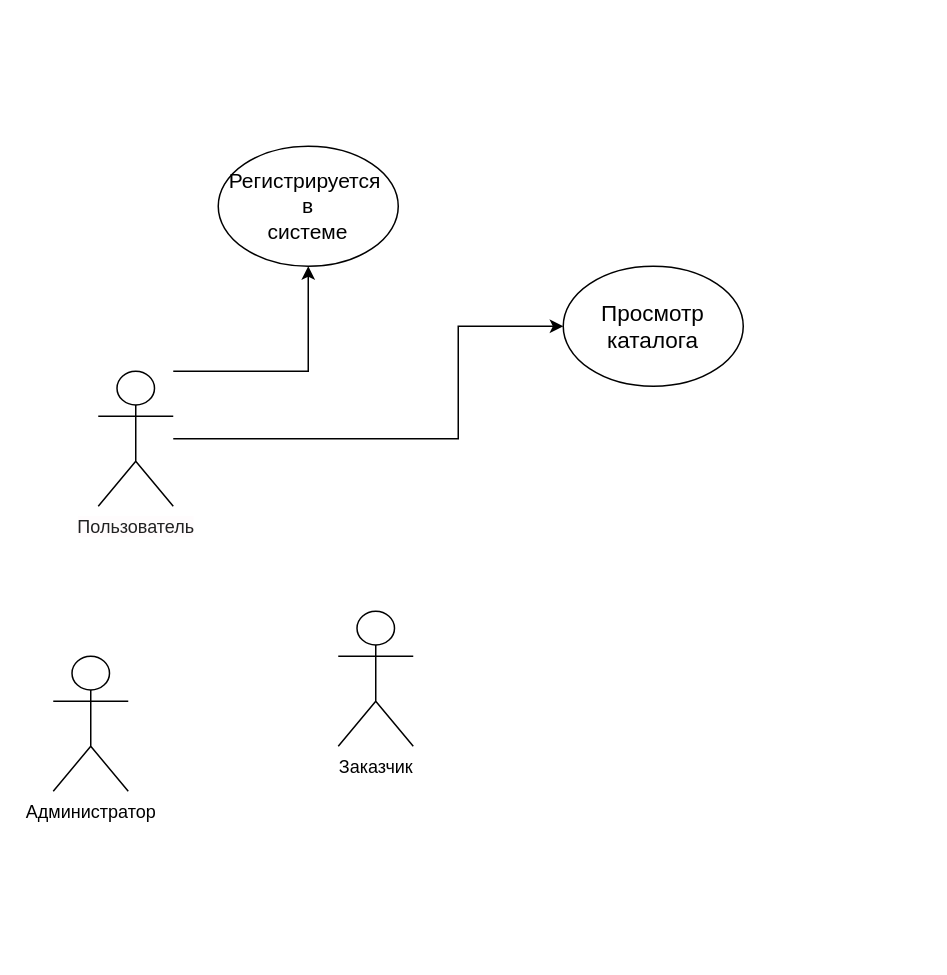
NataliaDemyanova/Best-prices keeps this draw.io diagram as Untitled Diagram.drawio. Above is the earlier version. Source tidied: cells renumbered, new cells numbered last; positions are measured from the earlier drawing's top-left corner, leaving out a move shared by most shapes. Both pictures are drawn from the tidied source at 150%, with x=0, y=0 at pixel (52, 146).
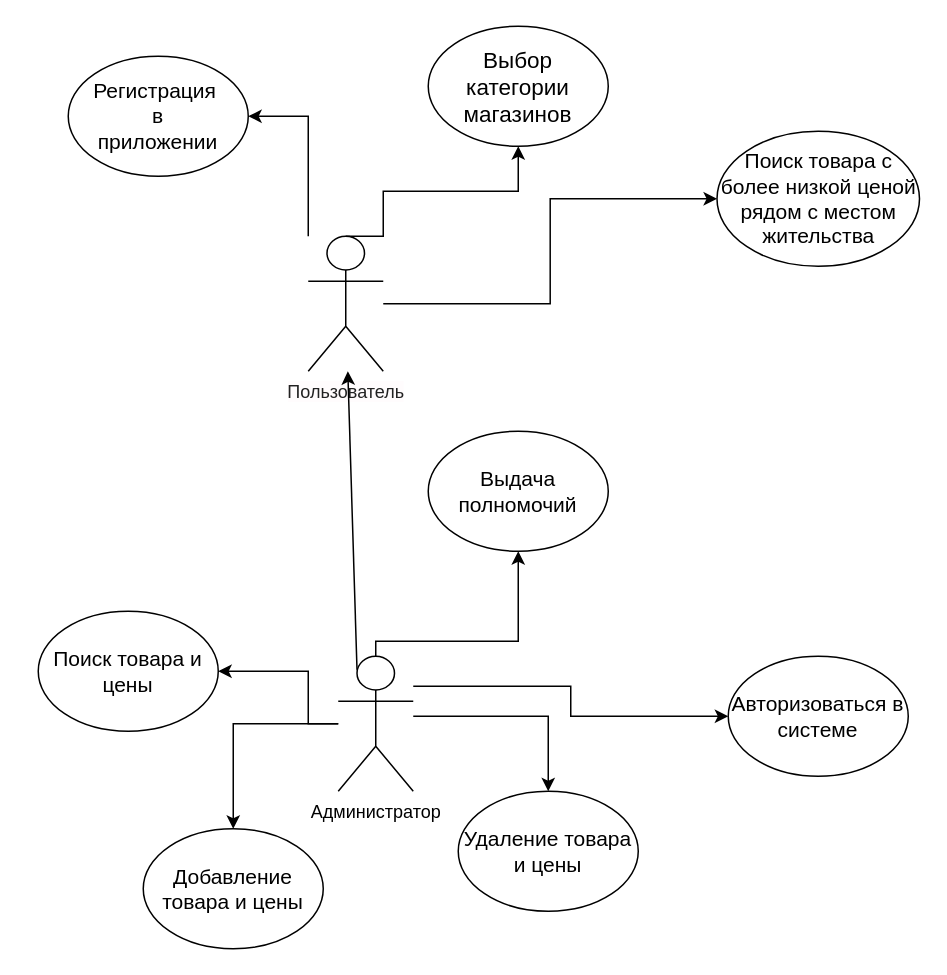
Above is the later version.

What changed in the source:
```diff
@@
-    <mxCell id="3" style="edgeStyle=orthogonalEdgeStyle;rounded=0;jettySize=auto;html=1;fontSize=14;" parent="1" edge="1" source="4" target="8">
+    <mxCell id="3" style="edgeStyle=orthogonalEdgeStyle;rounded=0;jettySize=auto;html=1;fontSize=14;exitX=0.5;exitY=0;exitDx=0;exitDy=0;exitPerimeter=0;" parent="1" edge="1" source="4" target="8">
       <mxGeometry relative="1" as="geometry">
         <Array as="points">
-          <mxPoint x="270" y="195" />
-          <mxPoint x="270" y="120" />
+          <mxPoint x="220" y="60" />
+          <mxPoint x="220" y="30" />
+          <mxPoint x="310" y="30" />
         </Array>
       </mxGeometry>
     </mxCell>
+    <mxCell id="9" style="edgeStyle=orthogonalEdgeStyle;rounded=0;jettySize=auto;html=1;" parent="1" edge="1" source="4" target="17">
+      <mxGeometry relative="1" as="geometry" />
+    </mxCell>
     <mxCell id="4" value="&lt;font color=&quot;#222222&quot; style=&quot;background-color: rgb(255 , 252 , 253)&quot;&gt;Пользователь&lt;/font&gt;" style="shape=umlActor;verticalLabelPosition=bottom;verticalAlign=top;html=1;outlineConnect=0;labelBorderColor=none;" parent="1" vertex="1">
-      <mxGeometry x="30" y="150" width="50" height="90" as="geometry" />
+      <mxGeometry x="170" y="60" width="50" height="90" as="geometry" />
     </mxCell>
+    <mxCell id="10" style="edgeStyle=orthogonalEdgeStyle;rounded=0;jettySize=auto;html=1;" parent="1" edge="1" source="5" target="16">
+      <mxGeometry relative="1" as="geometry">
+        <Array as="points">
+          <mxPoint x="170" y="385" />
+          <mxPoint x="170" y="350" />
+        </Array>
+      </mxGeometry>
+    </mxCell>
+    <mxCell id="11" style="edgeStyle=orthogonalEdgeStyle;rounded=0;jettySize=auto;html=1;" parent="1" edge="1" source="5" target="18">
+      <mxGeometry relative="1" as="geometry" />
+    </mxCell>
+    <mxCell id="12" style="edgeStyle=orthogonalEdgeStyle;rounded=0;jettySize=auto;html=1;" parent="1" edge="1" source="5" target="19">
+      <mxGeometry relative="1" as="geometry">
+        <Array as="points">
+          <mxPoint x="330" y="380" />
+        </Array>
+      </mxGeometry>
+    </mxCell>
+    <mxCell id="13" style="edgeStyle=orthogonalEdgeStyle;rounded=0;jettySize=auto;html=1;fontSize=14;" parent="1" edge="1" source="5" target="20">
+      <mxGeometry relative="1" as="geometry">
+        <Array as="points">
+          <mxPoint x="345" y="360" />
+          <mxPoint x="345" y="380" />
+        </Array>
+      </mxGeometry>
+    </mxCell>
+    <mxCell id="14" style="edgeStyle=orthogonalEdgeStyle;rounded=0;jettySize=auto;html=1;fontSize=14;" parent="1" edge="1" source="5" target="21">
+      <mxGeometry relative="1" as="geometry">
+        <Array as="points">
+          <mxPoint x="215" y="330" />
+          <mxPoint x="310" y="330" />
+        </Array>
+      </mxGeometry>
+    </mxCell>
     <mxCell id="5" value="Администратор&lt;br&gt;" style="shape=umlActor;verticalLabelPosition=bottom;verticalAlign=top;html=1;outlineConnect=0;" parent="1" vertex="1">
-      <mxGeometry y="340" width="50" height="90" as="geometry" />
+      <mxGeometry x="190" y="340" width="50" height="90" as="geometry" />
     </mxCell>
-    <mxCell id="6" value="Заказчик&lt;br&gt;" style="shape=umlActor;verticalLabelPosition=bottom;verticalAlign=top;html=1;" parent="1" vertex="1">
-      <mxGeometry x="190" y="310" width="50" height="90" as="geometry" />
-    </mxCell>
-    <mxCell id="7" value="Регистрируется&amp;nbsp;&lt;br style=&quot;font-size: 14px;&quot;&gt;в&lt;br style=&quot;font-size: 14px;&quot;&gt;системе" style="ellipse;whiteSpace=wrap;html=1;verticalAlign=middle;fontSize=14;horizontal=1;" parent="1" vertex="1">
-      <mxGeometry x="110" width="120" height="80" as="geometry" />
+    <mxCell id="7" value="Регистрация&amp;nbsp;&lt;br&gt;в&lt;br&gt;приложении&lt;br&gt;" style="ellipse;whiteSpace=wrap;html=1;verticalAlign=middle;fontSize=14;horizontal=1;" parent="1" vertex="1">
+      <mxGeometry x="10" y="-60" width="120" height="80" as="geometry" />
     </mxCell>
-    <mxCell id="8" value="Просмотр &lt;br style=&quot;font-size: 15px;&quot;&gt;каталога" style="ellipse;whiteSpace=wrap;html=1;verticalAlign=middle;fontSize=15;" parent="1" vertex="1">
-      <mxGeometry x="340" y="80" width="120" height="80" as="geometry" />
+    <mxCell id="8" value="Выбор категории магазинов" style="ellipse;whiteSpace=wrap;html=1;verticalAlign=middle;fontSize=15;" parent="1" vertex="1">
+      <mxGeometry x="250" y="-80" width="120" height="80" as="geometry" />
     </mxCell>
+    <mxCell id="15" style="endArrow=classic;html=1;exitX=0.25;exitY=0.1;exitDx=0;exitDy=0;exitPerimeter=0;" parent="1" edge="1" source="5" target="4">
+      <mxGeometry relative="1" as="geometry" />
+    </mxCell>
+    <mxCell id="16" value="Поиск товара и цены" style="ellipse;whiteSpace=wrap;html=1;verticalAlign=middle;fontSize=14;" parent="1" vertex="1">
+      <mxGeometry x="-10" y="310" width="120" height="80" as="geometry" />
+    </mxCell>
+    <mxCell id="17" value="&lt;font style=&quot;font-size: 14px&quot;&gt;Поиск товара с более низкой ценой рядом с местом жительства&lt;/font&gt;" style="ellipse;whiteSpace=wrap;html=1;verticalAlign=middle;" parent="1" vertex="1">
+      <mxGeometry x="442.5" y="-10" width="135" height="90" as="geometry" />
+    </mxCell>
+    <mxCell id="18" value="Добавление товара и цены&lt;br style=&quot;font-size: 14px;&quot;&gt;" style="ellipse;whiteSpace=wrap;html=1;verticalAlign=middle;fontSize=14;" parent="1" vertex="1">
+      <mxGeometry x="60" y="455" width="120" height="80" as="geometry" />
+    </mxCell>
+    <mxCell id="19" value="Удаление товара и цены" style="ellipse;whiteSpace=wrap;html=1;verticalAlign=middle;fontSize=14;" parent="1" vertex="1">
+      <mxGeometry x="270" y="430" width="120" height="80" as="geometry" />
+    </mxCell>
+    <mxCell id="20" value="Авторизоваться в системе" style="ellipse;whiteSpace=wrap;html=1;verticalAlign=middle;fontSize=14;" parent="1" vertex="1">
+      <mxGeometry x="450" y="340" width="120" height="80" as="geometry" />
+    </mxCell>
+    <mxCell id="21" value="&lt;span style=&quot;font-size: 14px;&quot;&gt;Выдача полномочий&lt;/span&gt;" style="ellipse;whiteSpace=wrap;html=1;verticalAlign=middle;fontSize=14;" parent="1" vertex="1">
+      <mxGeometry x="250" y="190" width="120" height="80" as="geometry" />
+    </mxCell>
```
